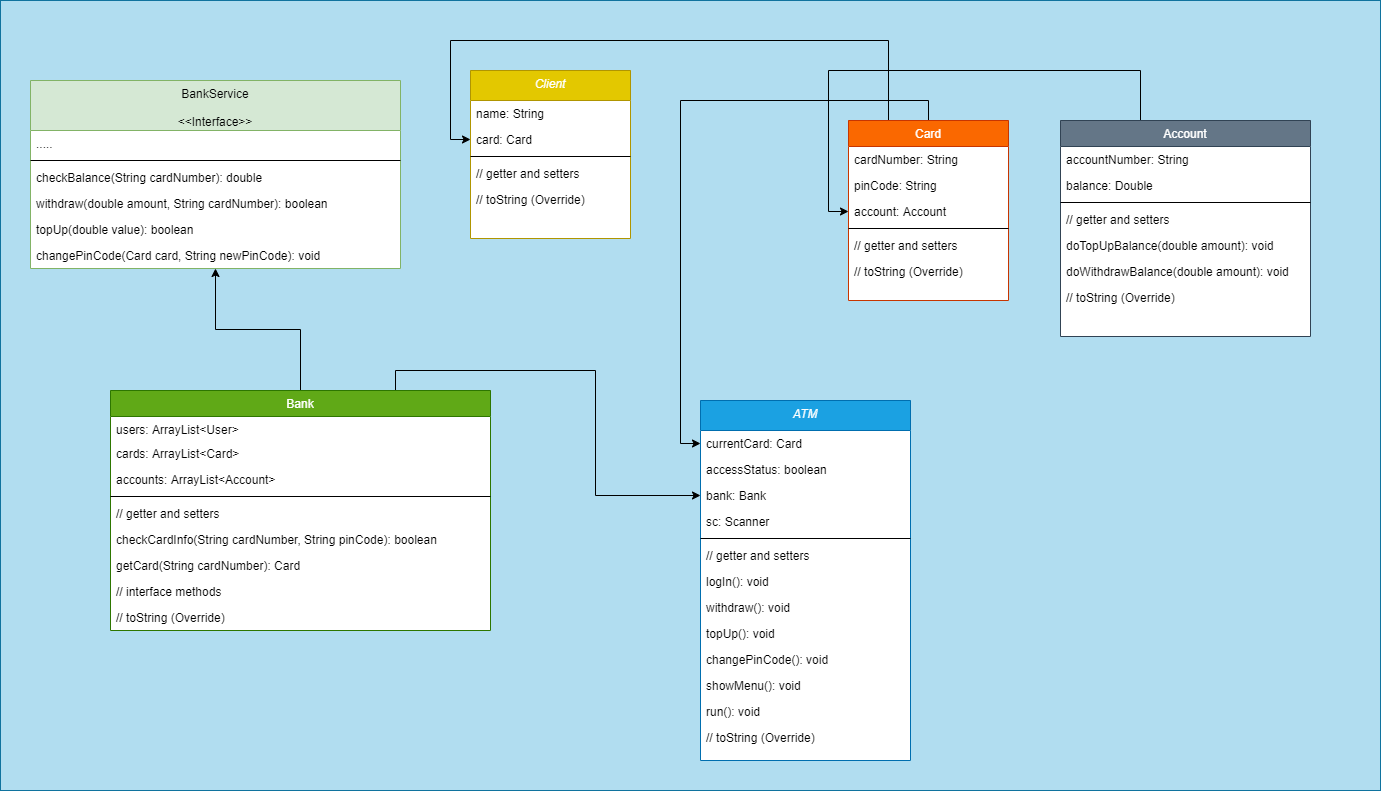
This is diagrams_png/ead-3.png from qiyal/ead3-ass-1, a draw.io export, as it was before one commit. Source tidied: cells renumbered, new cells last; positions are measured from the earlier drawing's top-left corner, leaving out a move shared by most shapes.
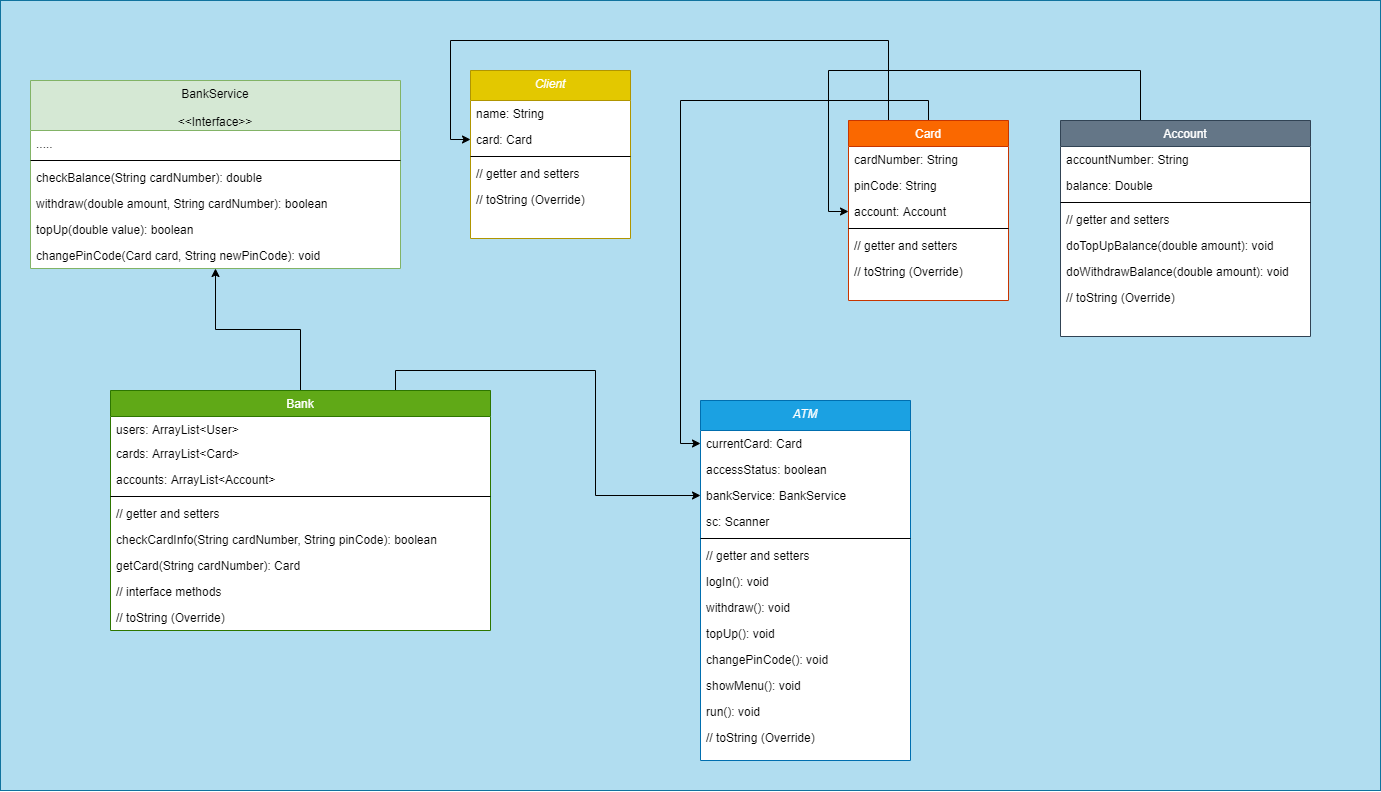
The same diagram one commit later.

The edit, as a diff of the source:
```diff
@@ -134,7 +134,7 @@
     <mxCell id="41" value="accessStatus: boolean" style="text;align=left;verticalAlign=top;spacingLeft=4;spacingRight=4;overflow=hidden;" parent="39" vertex="1">
       <mxGeometry y="56" width="210" height="26" as="geometry" />
     </mxCell>
-    <mxCell id="42" value="bank: Bank" style="text;align=left;verticalAlign=top;spacingLeft=4;spacingRight=4;overflow=hidden;points=[[0,0.5],[1,0.5]];portConstraint=eastwest;" parent="39" vertex="1">
+    <mxCell id="42" value="bankService: BankService" style="text;align=left;verticalAlign=top;spacingLeft=4;spacingRight=4;overflow=hidden;points=[[0,0.5],[1,0.5]];portConstraint=eastwest;" parent="39" vertex="1">
       <mxGeometry y="82" width="210" height="26" as="geometry" />
     </mxCell>
     <mxCell id="43" value="sc: Scanner" style="text;align=left;verticalAlign=top;spacingLeft=4;spacingRight=4;overflow=hidden;" parent="39" vertex="1">
```
